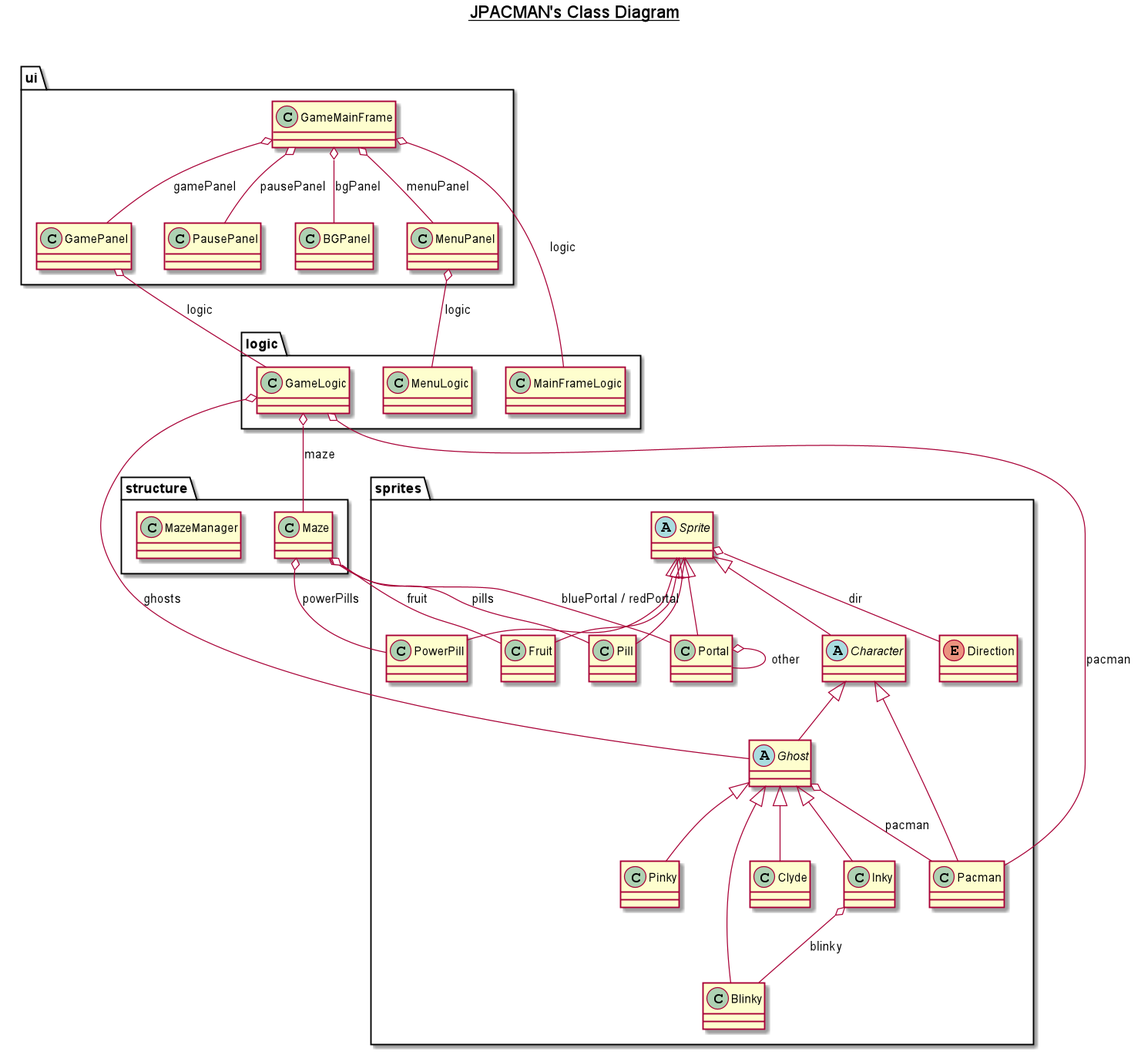
Before: UMLs/jpacman.png, a diagram exported from PlantUML (frnocentini/jpacman). The source it was exported from:
```plantuml
@startuml

title __JPACMAN's Class Diagram__\n

    namespace logic {
      class logic.GameLogic {
      }
    }
    namespace logic {
      class logic.MainFrameLogic {
      }
    }
    namespace logic {
      class logic.MenuLogic {
      }
    }
    namespace sprites {
      class sprites.Blinky {
      }
    }
    namespace sprites {
      abstract class sprites.Character {
      }
    }
    namespace sprites {
      class sprites.Clyde {
      }
    }
    namespace sprites {
      enum Direction {
      }
    }
    namespace sprites {
      class sprites.Fruit {
      }
    }
    namespace sprites {
      abstract class sprites.Ghost {
      }
    }
    namespace sprites {
      class sprites.Inky {
      }
    }
    namespace sprites {
      class sprites.Pacman {
      }
    }
    namespace sprites {
      class sprites.Pill {
      }
    }
    namespace sprites {
      class sprites.Pinky {
      }
    }
    namespace sprites {
      class sprites.Portal {
      }
    }
    namespace sprites {
      class sprites.PowerPill {
      }
    }
    namespace sprites {
      abstract class sprites.Sprite {
      }
    }
    namespace structure {
      class structure.Maze {
      }
    }
    namespace structure {
      class structure.MazeManager {
      }
    }
    namespace ui {
      class ui.BGPanel {
      }
    }
    namespace ui {
      class ui.GameMainFrame {
      }
    }
    namespace ui {
      class ui.GamePanel {
      }
    }
    namespace ui {
      class ui.MenuPanel {
      }
    }
    namespace ui {
      class ui.PausePanel {
      }
    }


  logic.GameLogic o-- structure.Maze : maze
  logic.GameLogic o-- sprites.Pacman : pacman
  logic.GameLogic o-- sprites.Ghost : ghosts
  sprites.Blinky -up-|> sprites.Ghost
  sprites.Character -up-|> sprites.Sprite
  sprites.Clyde -up-|> sprites.Ghost
  sprites.Fruit -up-|> sprites.Sprite
  sprites.Ghost -up-|> sprites.Character
  sprites.Ghost o-- sprites.Pacman : pacman
  sprites.Inky -up-|> sprites.Ghost
  sprites.Inky o-- sprites.Blinky : blinky
  sprites.Pacman -up-|> sprites.Character
  sprites.Pill -up-|> sprites.Sprite
  sprites.Pinky -up-|> sprites.Ghost
  sprites.Portal -up-|> sprites.Sprite
  sprites.Portal o-- sprites.Portal : other
  sprites.PowerPill -up-|> sprites.Sprite
  sprites.Sprite o-- sprites.Direction : dir
  structure.Maze o-- sprites.Portal : bluePortal / redPortal
  structure.Maze o-- sprites.Pill : pills
  structure.Maze o-- sprites.Fruit : fruit
  structure.Maze o-- sprites.PowerPill : powerPills
  ui.GameMainFrame o-- ui.BGPanel : bgPanel
  ui.GameMainFrame o-- ui.GamePanel : gamePanel
  ui.GameMainFrame o-- ui.MenuPanel : menuPanel
  ui.GameMainFrame o-- ui.PausePanel : pausePanel
  ui.GameMainFrame o-- logic.MainFrameLogic : logic
  ui.GamePanel o-- logic.GameLogic : logic
  ui.MenuPanel o-- logic.MenuLogic : logic




@enduml
```
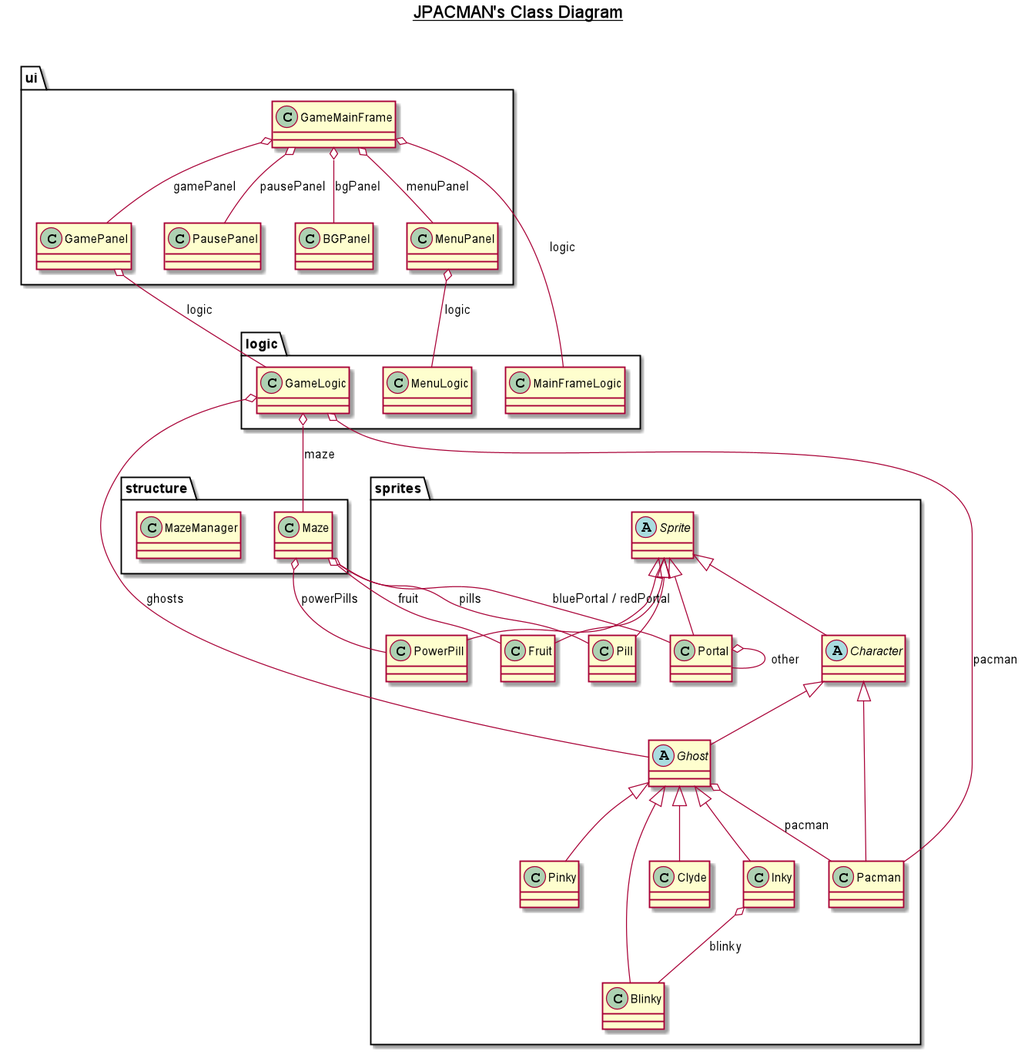
Above is the later version.

What changed in the source:
```diff
@@ -24,10 +24,6 @@
     }
     namespace sprites {
       class sprites.Clyde {
-      }
-    }
-    namespace sprites {
-      enum Direction {
       }
     }
     namespace sprites {
@@ -113,7 +109,6 @@
   sprites.Portal -up-|> sprites.Sprite
   sprites.Portal o-- sprites.Portal : other
   sprites.PowerPill -up-|> sprites.Sprite
-  sprites.Sprite o-- sprites.Direction : dir
   structure.Maze o-- sprites.Portal : bluePortal / redPortal
   structure.Maze o-- sprites.Pill : pills
   structure.Maze o-- sprites.Fruit : fruit
```
